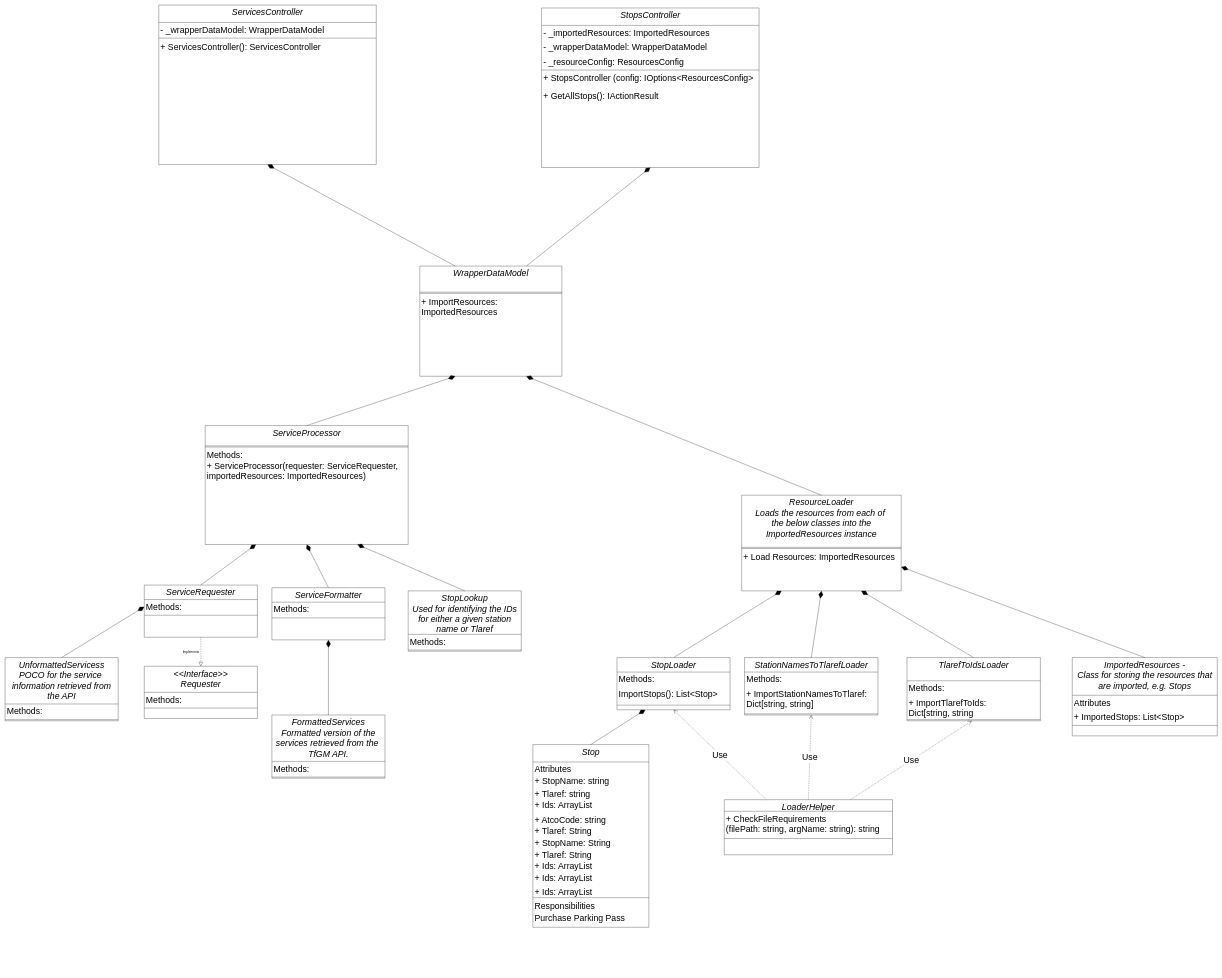
The draw.io diagram Documentation/TfGM-API-Wrapper.drawio in dave-t-c/TfGM-API-Wrapper, before the edit. Source tidied: cells renumbered, new cells numbered last; positions are measured from the earlier drawing's top-left corner, leaving out a move shared by most shapes. Both pictures are drawn from the tidied source at 29%, with x=0, y=0 at pixel (5, 5).
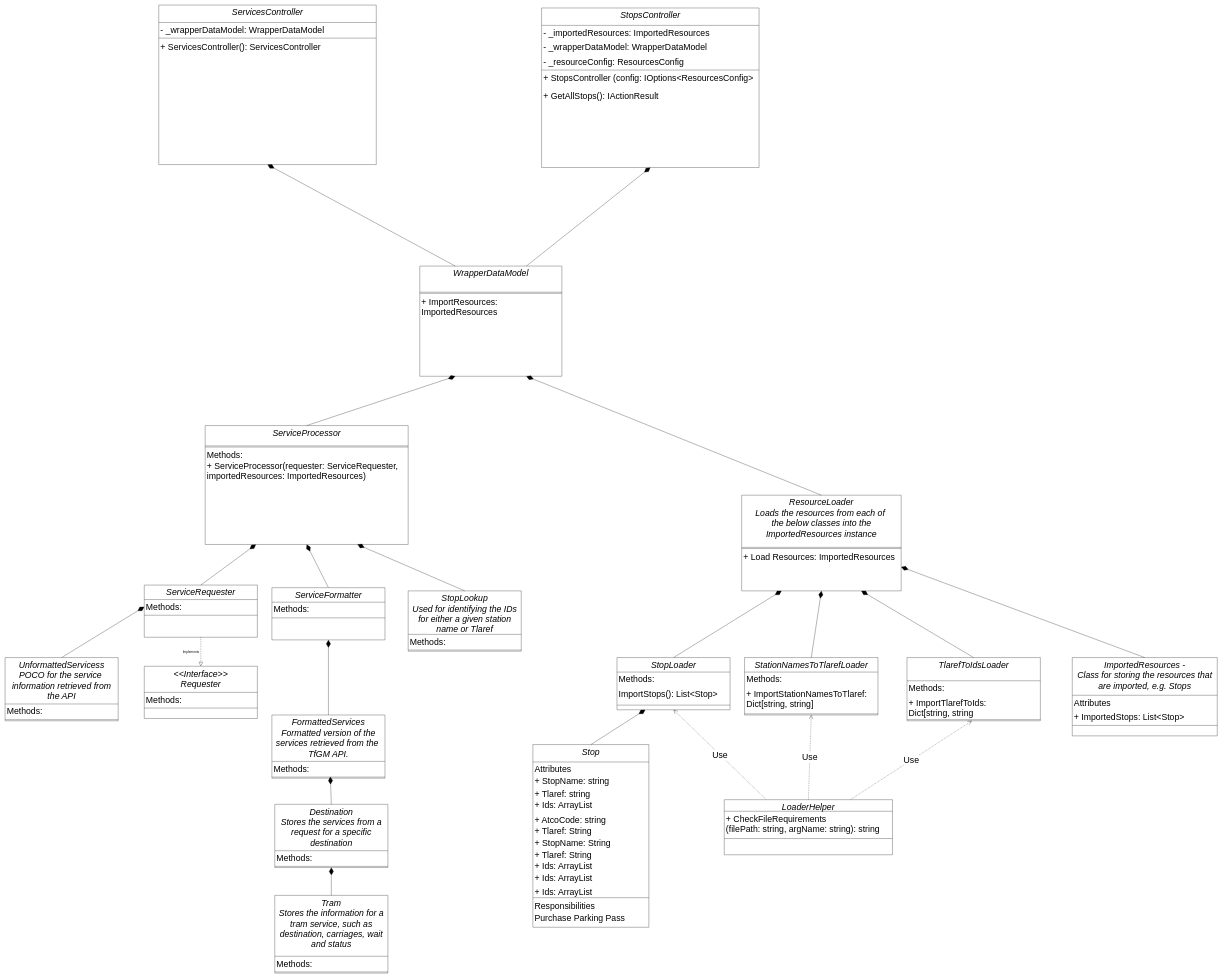
After the change.

Commit message:
Add Destination and Tram classes to UML diagram.

These will be used for breaking down servies to allow for easier infromation acces in the returned result.

Unchanged cells that the change refers to:
```xml
<mxCell id="76" style="line;html=1;strokeWidth=1;align=left;verticalAlign=middle;spacingTop=-1;spacingLeft=3;spacingRight=3;labelPosition=right;points=[];portConstraint=eastwest;fontSize=30;" parent="74" vertex="1">
  <mxGeometry y="210" width="390" height="8" as="geometry" />
</mxCell>
```

Diff of the diagram source:
```diff
@@
+    <mxCell id="93" value="Destination&#10;Stores the services from a &#10;request for a specific&#10;destination" style="swimlane;fontStyle=2;align=center;verticalAlign=top;horizontal=1;startSize=160;rounded=0;shadow=0;strokeWidth=1;fontSize=30;" parent="1" vertex="1">
+      <mxGeometry x="930" y="2756" width="390" height="218" as="geometry" />
+    </mxCell>
+    <mxCell id="94" value="Methods:" style="text;align=left;verticalAlign=top;spacingLeft=4;spacingRight=4;overflow=hidden;fontSize=30;" parent="93" vertex="1">
+      <mxGeometry y="160" width="390" height="50" as="geometry" />
+    </mxCell>
+    <mxCell id="95" style="line;html=1;strokeWidth=1;align=left;verticalAlign=middle;spacingTop=-1;spacingLeft=3;spacingRight=3;labelPosition=right;fontSize=30;" parent="93" vertex="1">
+      <mxGeometry y="210" width="390" height="8" as="geometry" />
+    </mxCell>
+    <mxCell id="96" style="endArrow=diamondThin;endFill=1;endSize=24;html=1;rounded=0;fontSize=30;entryX=0.517;entryY=0.341;entryDx=0;entryDy=0;exitX=0.5;exitY=0;exitDx=0;exitDy=0;entryPerimeter=0;" parent="1" edge="1" source="93" target="76">
+      <mxGeometry relative="1" as="geometry" />
+    </mxCell>
+    <mxCell id="97" value="Tram&#10;Stores the information for a&#10;tram service, such as&#10;destination, carriages, wait &#10;and status" style="swimlane;fontStyle=2;align=center;verticalAlign=top;horizontal=1;startSize=210;rounded=0;shadow=0;strokeWidth=1;fontSize=30;" parent="1" vertex="1">
+      <mxGeometry x="930" y="3070" width="390" height="268" as="geometry" />
+    </mxCell>
+    <mxCell id="98" value="Methods:" style="text;align=left;verticalAlign=top;spacingLeft=4;spacingRight=4;overflow=hidden;fontSize=30;" parent="97" vertex="1">
+      <mxGeometry y="210" width="390" height="50" as="geometry" />
+    </mxCell>
+    <mxCell id="99" style="line;html=1;strokeWidth=1;align=left;verticalAlign=middle;spacingTop=-1;spacingLeft=3;spacingRight=3;labelPosition=right;fontSize=30;" parent="97" vertex="1">
+      <mxGeometry y="260" width="390" height="8" as="geometry" />
+    </mxCell>
+    <mxCell id="100" style="endArrow=diamondThin;endFill=1;endSize=24;html=1;rounded=0;fontSize=30;exitX=0.5;exitY=0;exitDx=0;exitDy=0;" parent="1" edge="1" source="97" target="93">
+      <mxGeometry relative="1" as="geometry" />
+    </mxCell>
```
